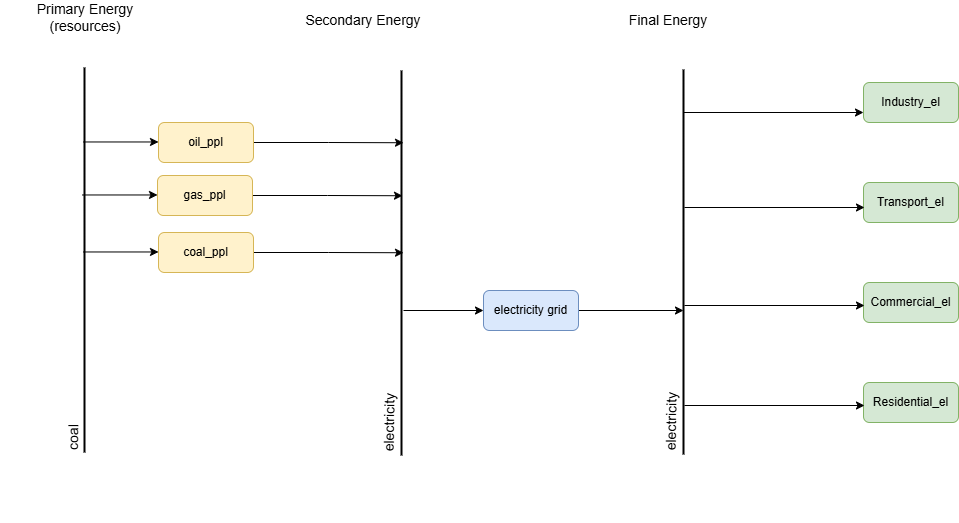
The draw.io diagram Messageix Indonesia Structure.drawio.png in itangr31/messageix_indonesia_prototype, before a commit. Source tidied: cells renumbered, new cells last; positions are measured from the earlier drawing's top-left corner, leaving out a move shared by most shapes.
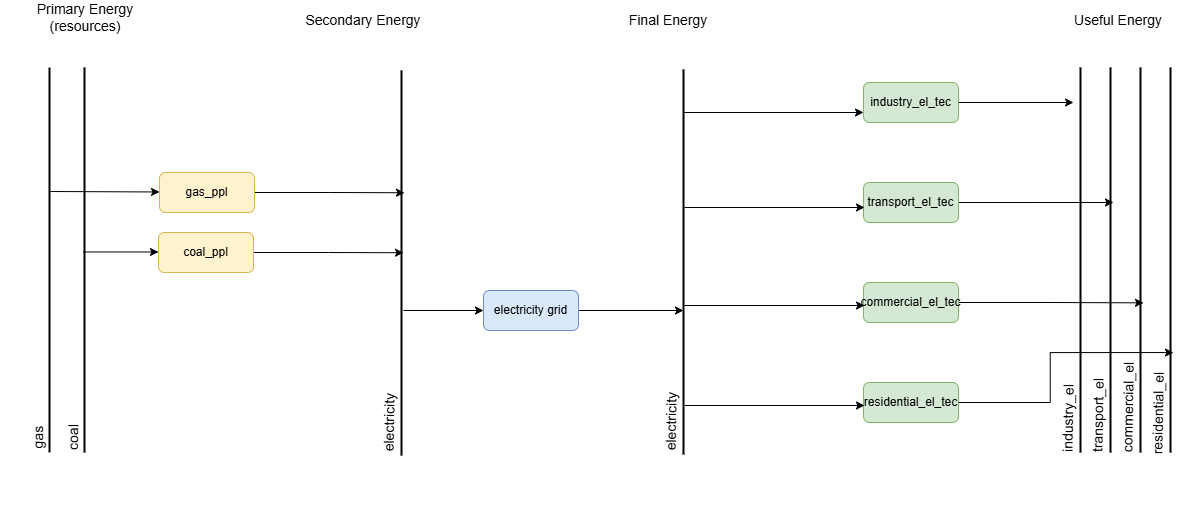
Above is the later version.

Commit message:
edit diagram structure

Diff of the diagram source:
```diff
@@ -65,16 +65,31 @@
     <mxCell id="16" value="&lt;font&gt;electricity&lt;/font&gt;" style="text;html=1;align=center;verticalAlign=middle;whiteSpace=wrap;rounded=0;fontSize=14;rotation=-89;" parent="1" vertex="1">
       <mxGeometry x="598" y="404" width="170" height="30" as="geometry" />
     </mxCell>
+    <mxCell id="31" style="edgeStyle=orthogonalEdgeStyle;rounded=0;jettySize=auto;html=1;exitX=1;exitY=0.5;exitDx=0;exitDy=0;" parent="1" edge="1" source="17">
+      <mxGeometry relative="1" as="geometry">
+        <mxPoint x="1085" y="100" as="targetPoint" />
+      </mxGeometry>
+    </mxCell>
-    <mxCell id="17" value="Industry_el" style="rounded=1;whiteSpace=wrap;html=1;fillColor=#d5e8d4;strokeColor=#82b366;" parent="1" vertex="1">
+    <mxCell id="17" value="industry_el_tec" style="rounded=1;whiteSpace=wrap;html=1;fillColor=#d5e8d4;strokeColor=#82b366;" parent="1" vertex="1">
       <mxGeometry x="875" y="80" width="95" height="40" as="geometry" />
     </mxCell>
+    <mxCell id="32" style="edgeStyle=orthogonalEdgeStyle;rounded=0;jettySize=auto;html=1;exitX=1;exitY=0.5;exitDx=0;exitDy=0;" parent="1" edge="1" source="18">
+      <mxGeometry relative="1" as="geometry">
+        <mxPoint x="1125" y="200" as="targetPoint" />
+      </mxGeometry>
+    </mxCell>
-    <mxCell id="18" value="Transport_el" style="rounded=1;whiteSpace=wrap;html=1;fillColor=#d5e8d4;strokeColor=#82b366;" parent="1" vertex="1">
+    <mxCell id="18" value="transport_el_tec" style="rounded=1;whiteSpace=wrap;html=1;fillColor=#d5e8d4;strokeColor=#82b366;" parent="1" vertex="1">
       <mxGeometry x="875" y="180" width="95" height="40" as="geometry" />
     </mxCell>
+    <mxCell id="33" style="edgeStyle=orthogonalEdgeStyle;rounded=0;jettySize=auto;html=1;exitX=1;exitY=0.5;exitDx=0;exitDy=0;" parent="1" edge="1" source="19">
+      <mxGeometry relative="1" as="geometry">
+        <mxPoint x="1155" y="300.3" as="targetPoint" />
+      </mxGeometry>
+    </mxCell>
-    <mxCell id="19" value="Commercial_el" style="rounded=1;whiteSpace=wrap;html=1;fillColor=#d5e8d4;strokeColor=#82b366;" parent="1" vertex="1">
+    <mxCell id="19" value="commercial_el_tec" style="rounded=1;whiteSpace=wrap;html=1;fillColor=#d5e8d4;strokeColor=#82b366;" parent="1" vertex="1">
       <mxGeometry x="875" y="280" width="95" height="40" as="geometry" />
     </mxCell>
-    <mxCell id="20" value="Residential_el" style="rounded=1;whiteSpace=wrap;html=1;fillColor=#d5e8d4;strokeColor=#82b366;" parent="1" vertex="1">
+    <mxCell id="20" value="residential_el_tec" style="rounded=1;whiteSpace=wrap;html=1;fillColor=#d5e8d4;strokeColor=#82b366;" parent="1" vertex="1">
       <mxGeometry x="875" y="380" width="95" height="40" as="geometry" />
     </mxCell>
     <mxCell id="21" style="edgeStyle=orthogonalEdgeStyle;rounded=0;orthogonalLoop=1;jettySize=auto;html=1;" parent="1" edge="1">
@@ -101,33 +116,69 @@
         <mxPoint x="876" y="403" as="targetPoint" />
       </mxGeometry>
     </mxCell>
-    <mxCell id="25" style="edgeStyle=orthogonalEdgeStyle;rounded=0;jettySize=auto;html=1;exitX=1;exitY=0.5;exitDx=0;exitDy=0;" parent="1" edge="1" source="26">
-      <mxGeometry relative="1" as="geometry">
-        <mxPoint x="414" y="193.2" as="targetPoint" />
-      </mxGeometry>
-    </mxCell>
+    <mxCell id="34" style="endArrow=none;html=1;rounded=0;strokeWidth=2;" parent="1" edge="1">
+      <mxGeometry relative="1" as="geometry">
+        <mxPoint x="1092" y="450" as="sourcePoint" />
+        <mxPoint x="1092" y="65" as="targetPoint" />
+      </mxGeometry>
+    </mxCell>
+    <mxCell id="35" value="&lt;font&gt;industry_el&lt;/font&gt;" style="text;html=1;align=center;verticalAlign=middle;whiteSpace=wrap;rounded=0;fontSize=14;rotation=-89;" parent="1" vertex="1">
+      <mxGeometry x="995" y="401" width="170" height="30" as="geometry" />
+    </mxCell>
+    <mxCell id="36" style="endArrow=none;html=1;rounded=0;strokeWidth=2;" parent="1" edge="1">
+      <mxGeometry relative="1" as="geometry">
+        <mxPoint x="1122" y="450" as="sourcePoint" />
+        <mxPoint x="1122" y="65" as="targetPoint" />
+      </mxGeometry>
+    </mxCell>
+    <mxCell id="37" value="&lt;font&gt;transport_el&lt;/font&gt;" style="text;html=1;align=center;verticalAlign=middle;whiteSpace=wrap;rounded=0;fontSize=14;rotation=-89;" parent="1" vertex="1">
+      <mxGeometry x="1025" y="398" width="170" height="30" as="geometry" />
+    </mxCell>
+    <mxCell id="38" style="endArrow=none;html=1;rounded=0;strokeWidth=2;" parent="1" edge="1">
+      <mxGeometry relative="1" as="geometry">
+        <mxPoint x="1152" y="450" as="sourcePoint" />
+        <mxPoint x="1152" y="65" as="targetPoint" />
+      </mxGeometry>
+    </mxCell>
+    <mxCell id="39" value="&lt;font&gt;commercial_el&lt;/font&gt;" style="text;html=1;align=center;verticalAlign=middle;whiteSpace=wrap;rounded=0;fontSize=14;rotation=-89;" parent="1" vertex="1">
+      <mxGeometry x="1055" y="390" width="170" height="30" as="geometry" />
+    </mxCell>
+    <mxCell id="40" style="endArrow=none;html=1;rounded=0;strokeWidth=2;" parent="1" edge="1">
+      <mxGeometry relative="1" as="geometry">
+        <mxPoint x="1182" y="450" as="sourcePoint" />
+        <mxPoint x="1182" y="65" as="targetPoint" />
+      </mxGeometry>
+    </mxCell>
+    <mxCell id="41" value="&lt;font&gt;residential_el&lt;/font&gt;" style="text;html=1;align=center;verticalAlign=middle;whiteSpace=wrap;rounded=0;fontSize=14;rotation=-89;" parent="1" vertex="1">
+      <mxGeometry x="1085" y="396" width="170" height="30" as="geometry" />
+    </mxCell>
+    <mxCell id="42" style="edgeStyle=orthogonalEdgeStyle;rounded=0;jettySize=auto;html=1;exitX=1;exitY=0.5;exitDx=0;exitDy=0;entryX=0.86;entryY=0.964;entryDx=0;entryDy=0;entryPerimeter=0;" parent="1" edge="1" source="20" target="41">
+      <mxGeometry relative="1" as="geometry" />
+    </mxCell>
+    <mxCell id="43" value="&lt;font&gt;Useful Energy&lt;/font&gt;" style="text;html=1;align=center;verticalAlign=middle;whiteSpace=wrap;rounded=0;fontSize=14;" parent="1" vertex="1">
+      <mxGeometry x="1045" y="3" width="170" height="30" as="geometry" />
+    </mxCell>
+    <mxCell id="44" style="edgeStyle=orthogonalEdgeStyle;rounded=0;jettySize=auto;html=1;exitX=1;exitY=0.5;exitDx=0;exitDy=0;" parent="1" edge="1" source="26">
+      <mxGeometry relative="1" as="geometry">
+        <mxPoint x="416" y="190.2" as="targetPoint" />
+      </mxGeometry>
+    </mxCell>
     <mxCell id="26" value="gas_ppl" style="rounded=1;whiteSpace=wrap;html=1;fillColor=#fff2cc;strokeColor=#d6b656;" parent="1" vertex="1">
-      <mxGeometry x="169" y="173" width="95" height="40" as="geometry" />
+      <mxGeometry x="171" y="170" width="95" height="40" as="geometry" />
     </mxCell>
-    <mxCell id="27" style="endArrow=classic;html=1;rounded=0;entryX=0;entryY=0.5;entryDx=0;entryDy=0;" parent="1" edge="1">
-      <mxGeometry relative="1" as="geometry">
-        <mxPoint x="94" y="192.5" as="sourcePoint" />
-        <mxPoint x="169" y="192.5" as="targetPoint" />
-      </mxGeometry>
-    </mxCell>
-    <mxCell id="28" style="edgeStyle=orthogonalEdgeStyle;rounded=0;jettySize=auto;html=1;exitX=1;exitY=0.5;exitDx=0;exitDy=0;" parent="1" edge="1" source="29">
-      <mxGeometry relative="1" as="geometry">
-        <mxPoint x="415" y="140.2" as="targetPoint" />
-      </mxGeometry>
-    </mxCell>
-    <mxCell id="29" value="oil_ppl" style="rounded=1;whiteSpace=wrap;html=1;fillColor=#fff2cc;strokeColor=#d6b656;" parent="1" vertex="1">
-      <mxGeometry x="170" y="120" width="95" height="40" as="geometry" />
-    </mxCell>
-    <mxCell id="30" style="endArrow=classic;html=1;rounded=0;entryX=0;entryY=0.5;entryDx=0;entryDy=0;" parent="1" edge="1">
-      <mxGeometry relative="1" as="geometry">
-        <mxPoint x="95" y="139.5" as="sourcePoint" />
-        <mxPoint x="170" y="139.5" as="targetPoint" />
-      </mxGeometry>
-    </mxCell>
+    <mxCell id="45" style="endArrow=classic;html=1;rounded=0;entryX=0;entryY=0.487;entryDx=0;entryDy=0;entryPerimeter=0;" parent="1" edge="1" target="26">
+      <mxGeometry relative="1" as="geometry">
+        <mxPoint x="62" y="189" as="sourcePoint" />
+      </mxGeometry>
+    </mxCell>
+    <mxCell id="46" style="endArrow=none;html=1;rounded=0;strokeWidth=2;" parent="1" edge="1">
+      <mxGeometry relative="1" as="geometry">
+        <mxPoint x="61" y="450" as="sourcePoint" />
+        <mxPoint x="61" y="65" as="targetPoint" />
+      </mxGeometry>
+    </mxCell>
+    <mxCell id="47" value="gas" style="text;html=1;align=center;verticalAlign=middle;whiteSpace=wrap;rounded=0;fontSize=14;rotation=-89;" parent="1" vertex="1">
+      <mxGeometry x="-35" y="420" width="170" height="30" as="geometry" />
+    </mxCell>
   </root>
 </mxGraphModel>
```
